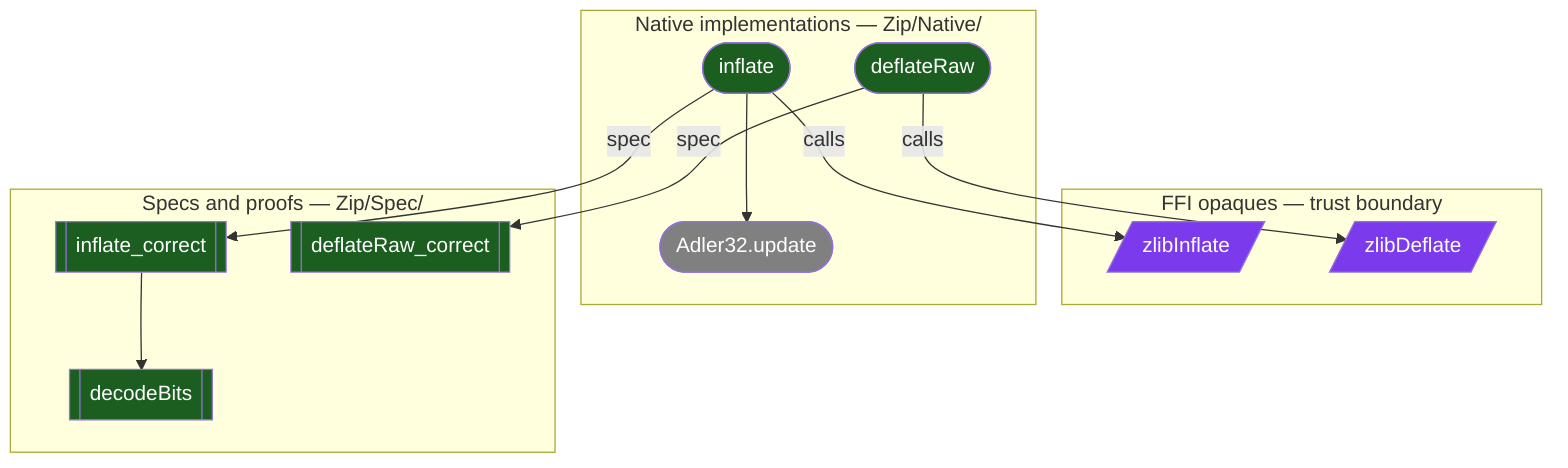
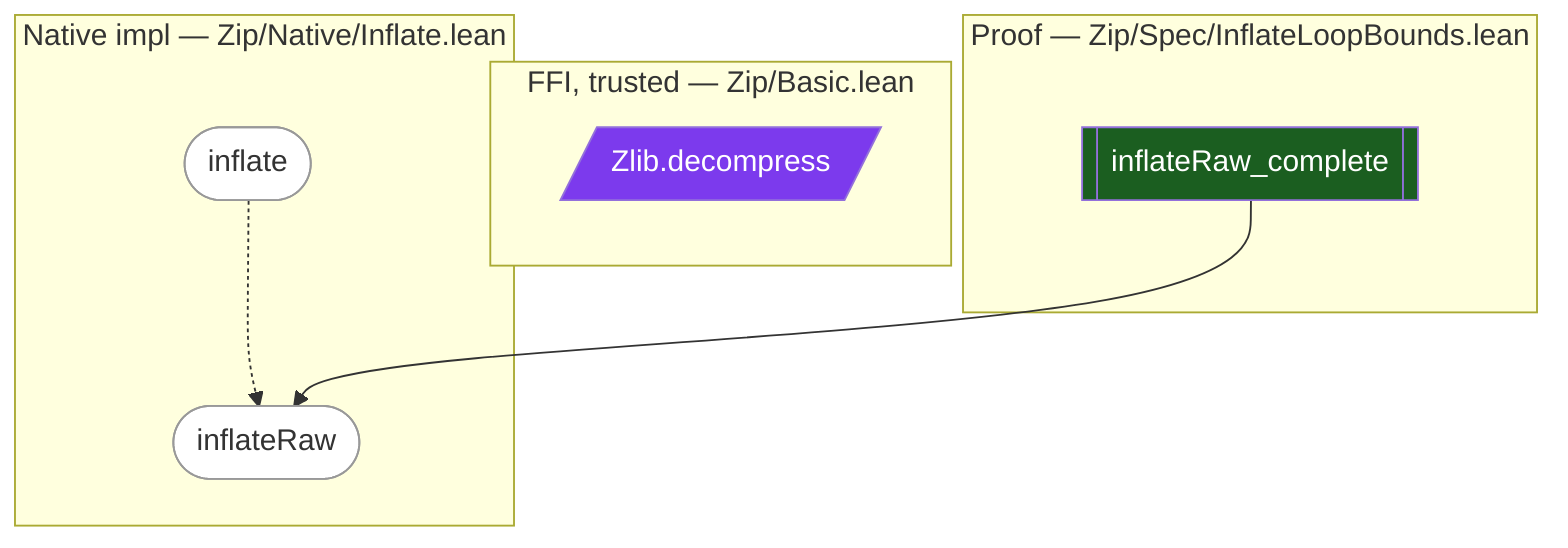
flowchart TD
-     subgraph ffi ["FFI opaques — trust boundary"]
-         f1[/"zlibInflate"/]:::purple
-         f2[/"zlibDeflate"/]:::purple
+     subgraph ffi ["FFI, trusted — Zip/Basic.lean"]
+         zlib[/"Zlib.decompress"/]:::purple
    end
-     subgraph native ["Native implementations — Zip/Native/"]
-         n1(["inflate"]):::darkGreen
-         n2(["deflateRaw"]):::darkGreen
-         n3(["Adler32.update"]):::grey
+     subgraph native ["Native impl — Zip/Native/Inflate.lean"]
+         inflate(["inflate"]):::white
+         inflateRaw(["inflateRaw"]):::white
    end
-     subgraph spec ["Specs and proofs — Zip/Spec/"]
-         s1[["inflate_correct"]]:::darkGreen
-         s2[["deflateRaw_correct"]]:::darkGreen
-         s3[["decodeBits"]]:::darkGreen
+     subgraph spec ["Proof — Zip/Spec/InflateLoopBounds.lean"]
+         thm[["inflateRaw_complete"]]:::darkGreen
    end
-     n1 -->|calls| f1
-     n2 -->|calls| f2
-     n1 -->|spec| s1
-     n2 -->|spec| s2
-     n1 --> n3
-     s1 --> s3
+     inflate -.-> inflateRaw
+     thm --> inflateRaw
    classDef purple fill:#7C3AED,color:#fff
+     classDef white fill:#fff,color:#333,stroke:#999
    classDef darkGreen fill:#1B5E20,color:#fff
-     classDef grey fill:#808080,color:#fff
